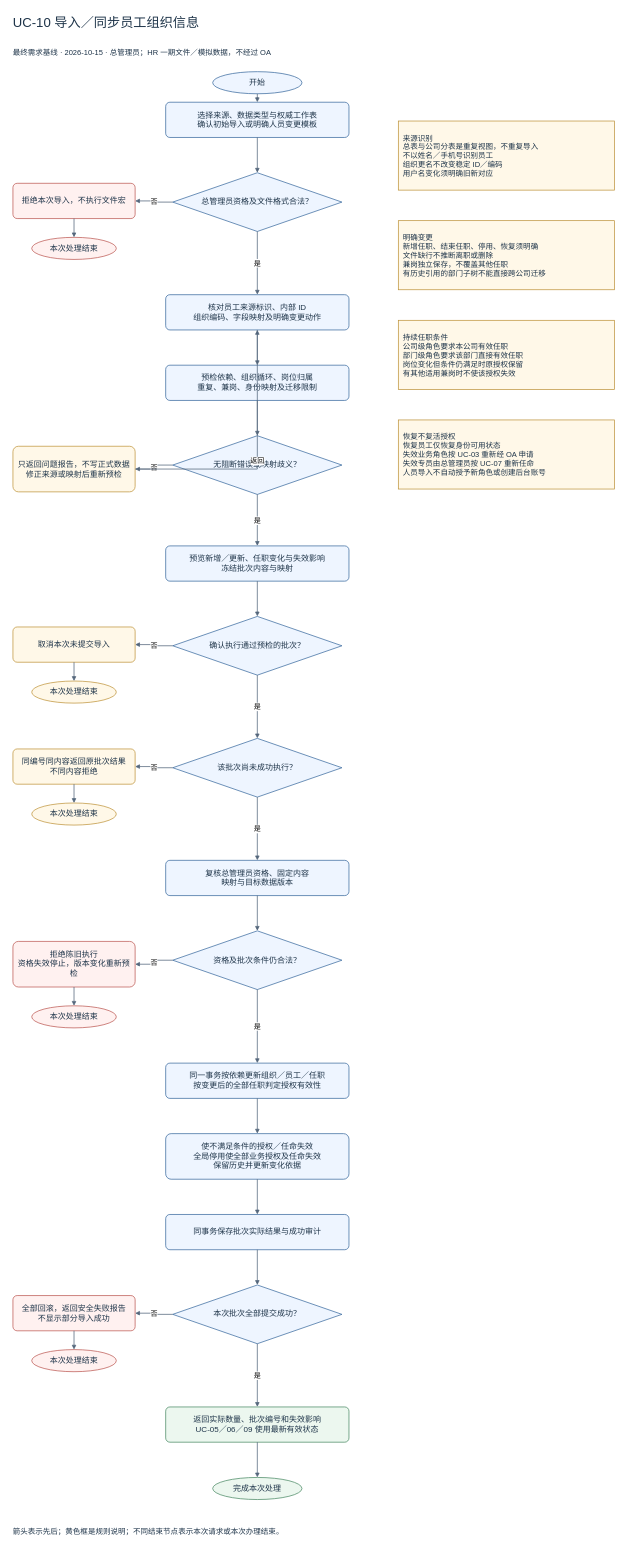
Earlier version of the draw.io diagram page "UC-10 导入／同步员工组织信息" (1 of 2) of docs/flows-v1/UC-10_导入／同步员工组织信息_流程图.drawio (Noah-hope/RBAC-admin). Source tidied: cells renumbered, new cells numbered last; positions are measured from the earlier drawing's top-left corner, leaving out a move shared by most shapes. Both pictures are drawn from the tidied source at 47%, with x=0, y=0 at pixel (8, 8).
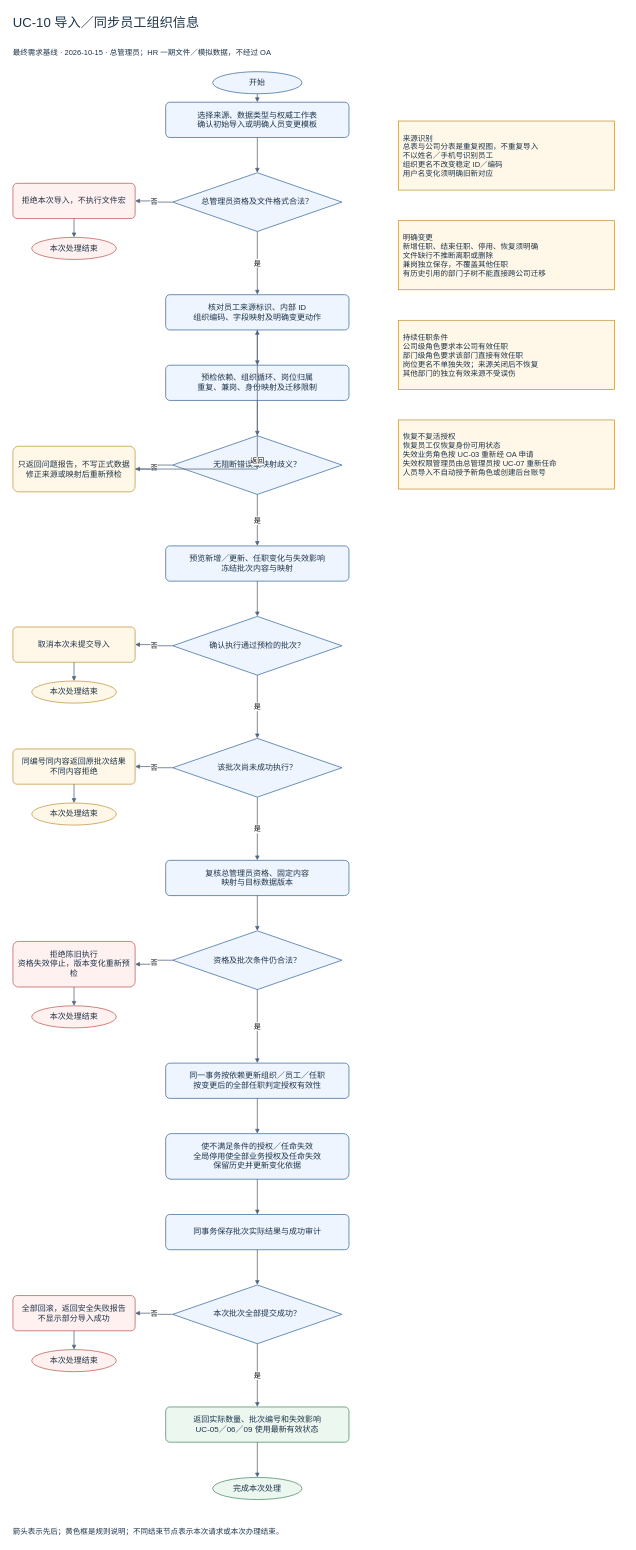
After the change.

What changed in the source:
```diff
@@
-    <mxCell id="34" value="持续任职条件&lt;br&gt;公司级角色要求本公司有效任职&lt;br&gt;部门级角色要求该部门直接有效任职&lt;br&gt;岗位变化但条件仍满足时原授权保留&lt;br&gt;有其他适用兼岗时不使该授权失效" style="rounded=0;html=1;whiteSpace=wrap;fontFamily=Microsoft YaHei;fontSize=17;fontColor=#1e3449;align=center;verticalAlign=middle;spacing=10;fillColor=#fff8e8;strokeColor=#bc9036;strokeWidth=1.5;align=left;fontSize=16;" parent="1" vertex="1">
+    <mxCell id="34" value="持续任职条件&lt;br&gt;公司级角色要求本公司有效任职&lt;br&gt;部门级角色要求该部门直接有效任职&lt;br&gt;岗位更名不单独失效；来源关闭后不恢复&lt;br&gt;其他部门的独立有效来源不受误伤" style="rounded=0;html=1;whiteSpace=wrap;fontFamily=Microsoft YaHei;fontSize=17;fontColor=#1e3449;align=center;verticalAlign=middle;spacing=10;fillColor=#fff8e8;strokeColor=#bc9036;strokeWidth=1.5;align=left;fontSize=16;" parent="1" vertex="1">
       <mxGeometry x="830" y="664" width="460" height="147" as="geometry" />
     </mxCell>
-    <mxCell id="35" value="恢复不复活授权&lt;br&gt;恢复员工仅恢复身份可用状态&lt;br&gt;失效业务角色按 UC-03 重新经 OA 申请&lt;br&gt;失效专员由总管理员按 UC-07 重新任命&lt;br&gt;人员导入不自动授予新角色或创建后台账号" style="rounded=0;html=1;whiteSpace=wrap;fontFamily=Microsoft YaHei;fontSize=17;fontColor=#1e3449;align=center;verticalAlign=middle;spacing=10;fillColor=#fff8e8;strokeColor=#bc9036;strokeWidth=1.5;align=left;fontSize=16;" parent="1" vertex="1">
+    <mxCell id="35" value="恢复不复活授权&lt;br&gt;恢复员工仅恢复身份可用状态&lt;br&gt;失效业务角色按 UC-03 重新经 OA 申请&lt;br&gt;失效权限管理员由总管理员按 UC-07 重新任命&lt;br&gt;人员导入不自动授予新角色或创建后台账号" style="rounded=0;html=1;whiteSpace=wrap;fontFamily=Microsoft YaHei;fontSize=17;fontColor=#1e3449;align=center;verticalAlign=middle;spacing=10;fillColor=#fff8e8;strokeColor=#bc9036;strokeWidth=1.5;align=left;fontSize=16;" parent="1" vertex="1">
       <mxGeometry x="830" y="876" width="460" height="147" as="geometry" />
     </mxCell>
```
